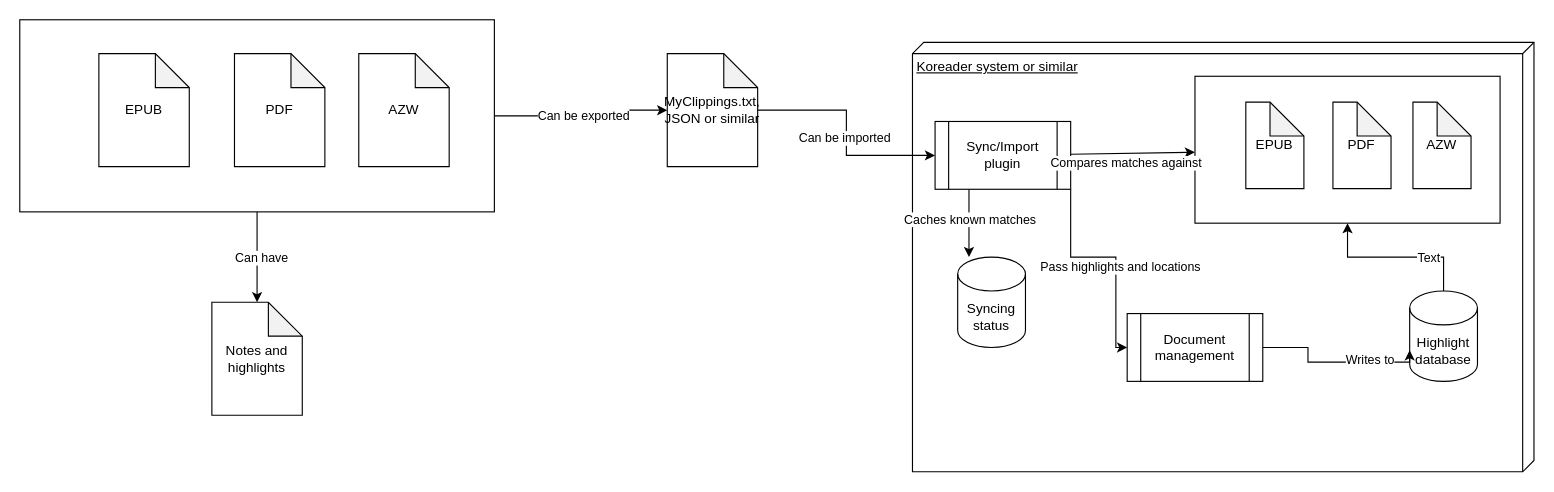
This is page "Pipeline" (2 of 4) of screenshots/sync_plugin.drawio from nojux-official/HighlightImport.koplugin, a draw.io file, before an edit. Source tidied: cells renumbered, new cells numbered last; positions are measured from the earlier drawing's top-left corner, leaving out a move shared by most shapes. Both pictures are drawn from the tidied source at 113%, with x=0, y=0 at pixel (19, 19).
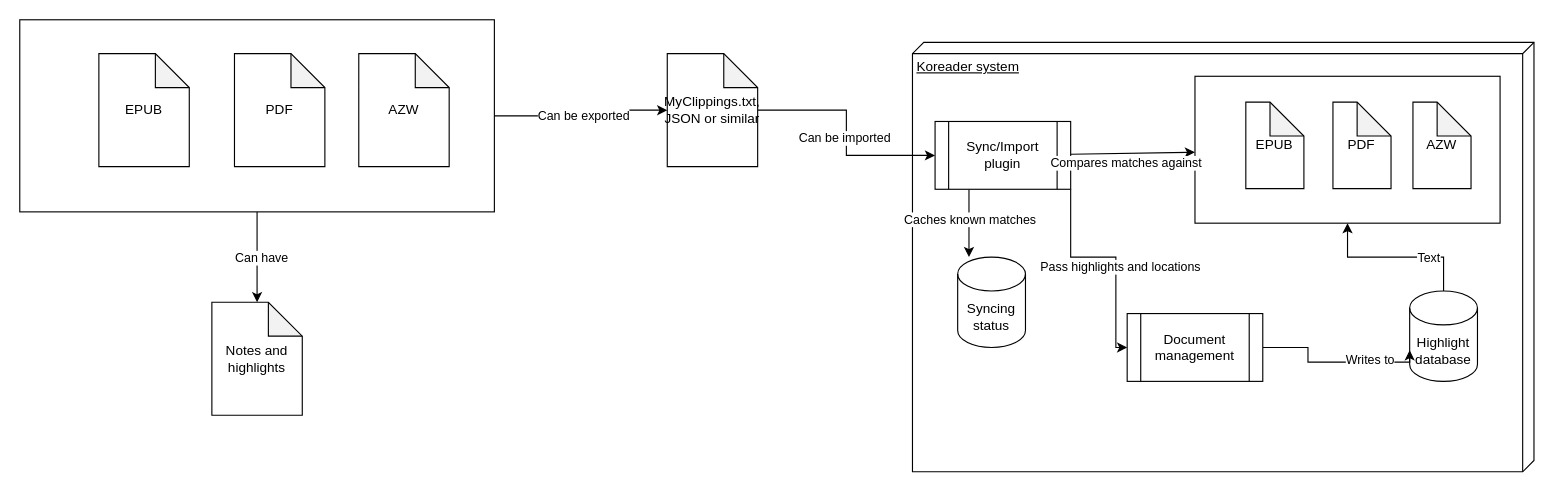
Above is the later version.

Change to the diagram source:
```diff
@@
-    <mxCell id="2" value="Koreader system or similar" style="verticalAlign=top;align=left;spacingTop=8;spacingLeft=2;spacingRight=12;shape=cube;size=10;direction=south;fontStyle=4;html=1;whiteSpace=wrap;fillColor=none;" parent="1" vertex="1">
+    <mxCell id="2" value="Koreader system" style="verticalAlign=top;align=left;spacingTop=8;spacingLeft=2;spacingRight=12;shape=cube;size=10;direction=south;fontStyle=4;html=1;whiteSpace=wrap;fillColor=none;" parent="1" vertex="1">
       <mxGeometry x="790" y="20" width="550" height="380" as="geometry" />
     </mxCell>
```
